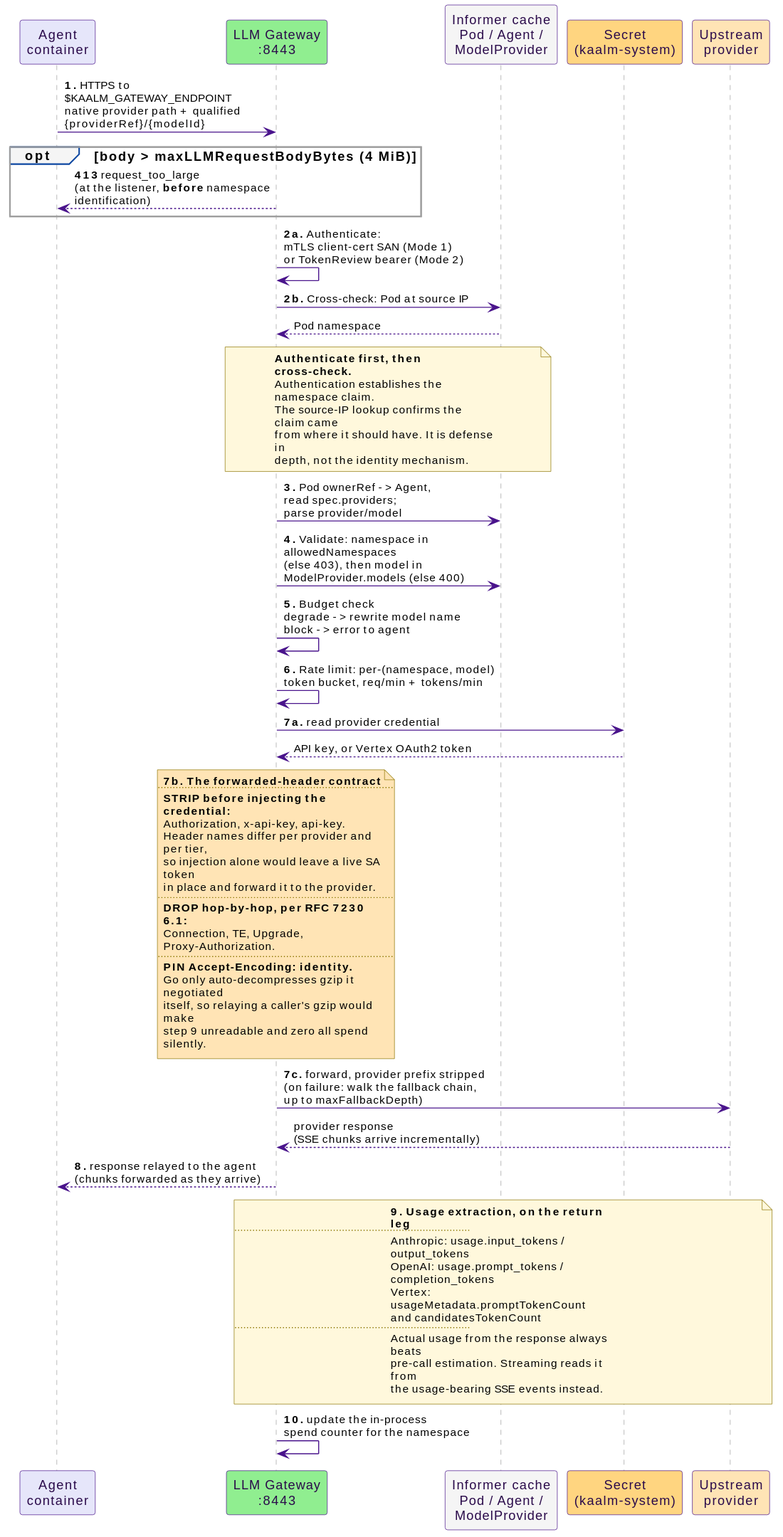
Above: docs/src/diagrams/llm-request-flow.svg in win07xp/kaalm (PlantUML), before the change.
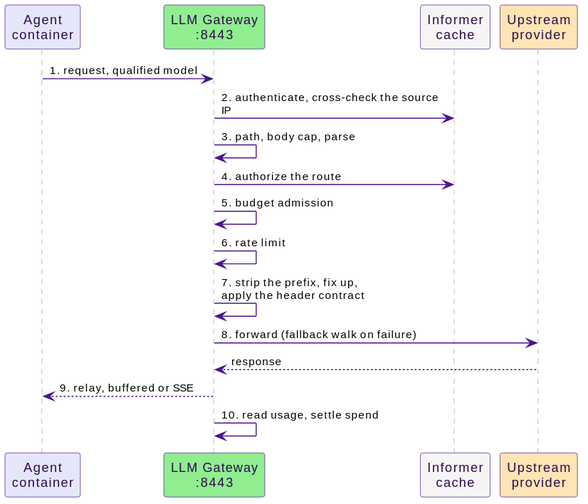
Later version of the same file.

The edit, as a diff of the source:
```diff
@@ -3,67 +3,18 @@
 
 participant "Agent\ncontainer" as agent
 participant "LLM Gateway\n:8443" as gw #90EE90
-participant "Informer cache\nPod / Agent /\nModelProvider" as inf #F5F5F5
-participant "Secret\n(kaalm-system)" as sec #FFD580
+participant "Informer\ncache" as inf #F5F5F5
 participant "Upstream\nprovider" as prov #FFE4B5
 
-agent -> gw : **1.** HTTPS to $KAALM_GATEWAY_ENDPOINT\nnative provider path + qualified\n{providerRef}/{modelId}
-opt body > maxLLMRequestBodyBytes (4 MiB)
-  gw --> agent : **413** request_too_large\n(at the listener, **before** namespace identification)
-end
-
-gw -> gw : **2a.** Authenticate:\nmTLS client-cert SAN (Mode 1)\nor TokenReview bearer (Mode 2)
-gw -> inf : **2b.** Cross-check: Pod at source IP
-inf --> gw : Pod namespace
-note over gw, inf
-  **Authenticate first, then cross-check.**
-  Authentication establishes the namespace claim.
-  The source-IP lookup confirms the claim came
-  from where it should have. It is defense in
-  depth, not the identity mechanism.
-end note
-
-gw -> inf : **3.** Pod ownerRef -> Agent,\nread spec.providers;\nparse provider/model
-gw -> inf : **4.** Validate: namespace in allowedNamespaces\n(else 403), then model in ModelProvider.models (else 400)
-gw -> gw : **5.** Budget check\ndegrade -> rewrite model name\nblock -> error to agent
-gw -> gw : **6.** Rate limit: per-(namespace, model)\ntoken bucket, req/min + tokens/min
-
-gw -> sec : **7a.** read provider credential
-sec --> gw : API key, or Vertex OAuth2 token
-
-note over gw #FFE4B5
-  **7b. The forwarded-header contract**
-  ....
-  **STRIP before injecting the credential:**
-  Authorization, x-api-key, api-key.
-  Header names differ per provider and per tier,
-  so injection alone would leave a live SA token
-  in place and forward it to the provider.
-  ....
-  **DROP hop-by-hop, per RFC 7230 6.1:**
-  Connection, TE, Upgrade, Proxy-Authorization.
-  ....
-  **PIN Accept-Encoding: identity.**
-  Go only auto-decompresses gzip it negotiated
-  itself, so relaying a caller's gzip would make
-  step 9 unreadable and zero all spend silently.
-end note
-
-gw -> prov : **7c.** forward, provider prefix stripped\n(on failure: walk the fallback chain,\nup to maxFallbackDepth)
-prov --> gw : provider response\n(SSE chunks arrive incrementally)
-gw --> agent : **8.** response relayed to the agent\n(chunks forwarded as they arrive)
-
-note over gw, prov
-  **9. Usage extraction, on the return leg**
-  ....
-  Anthropic: usage.input_tokens / output_tokens
-  OpenAI: usage.prompt_tokens / completion_tokens
-  Vertex: usageMetadata.promptTokenCount
-  and candidatesTokenCount
-  ....
-  Actual usage from the response always beats
-  pre-call estimation. Streaming reads it from
-  the usage-bearing SSE events instead.
-end note
-gw -> gw : **10.** update the in-process\nspend counter for the namespace
+agent -> gw : 1. request, qualified model
+gw -> inf : 2. authenticate, cross-check the source IP
+gw -> gw : 3. path, body cap, parse
+gw -> inf : 4. authorize the route
+gw -> gw : 5. budget admission
+gw -> gw : 6. rate limit
+gw -> gw : 7. strip the prefix, fix up,\napply the header contract
+gw -> prov : 8. forward (fallback walk on failure)
+prov --> gw : response
+gw --> agent : 9. relay, buffered or SSE
+gw -> gw : 10. read usage, settle spend
 @enduml
```
